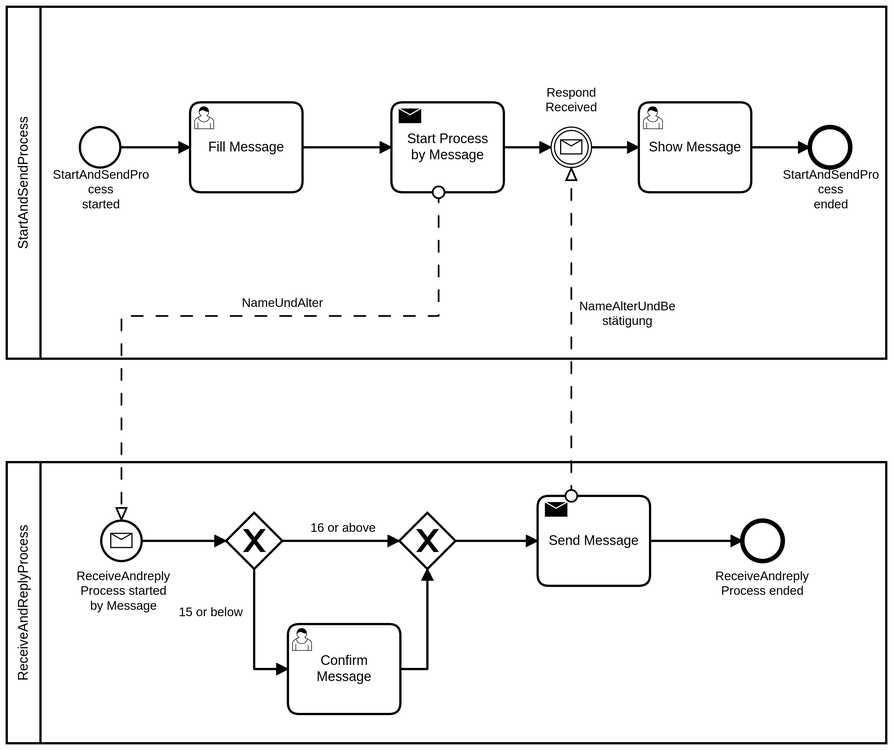
The BPMN diagram src/main/resources/imstartercollaboration.png in riggedCoinflip/IM_VG-B, before a commit. Its source is kept beside it as src/main/resources/imstartercollaboration.bpmn. Ids are renumbered.
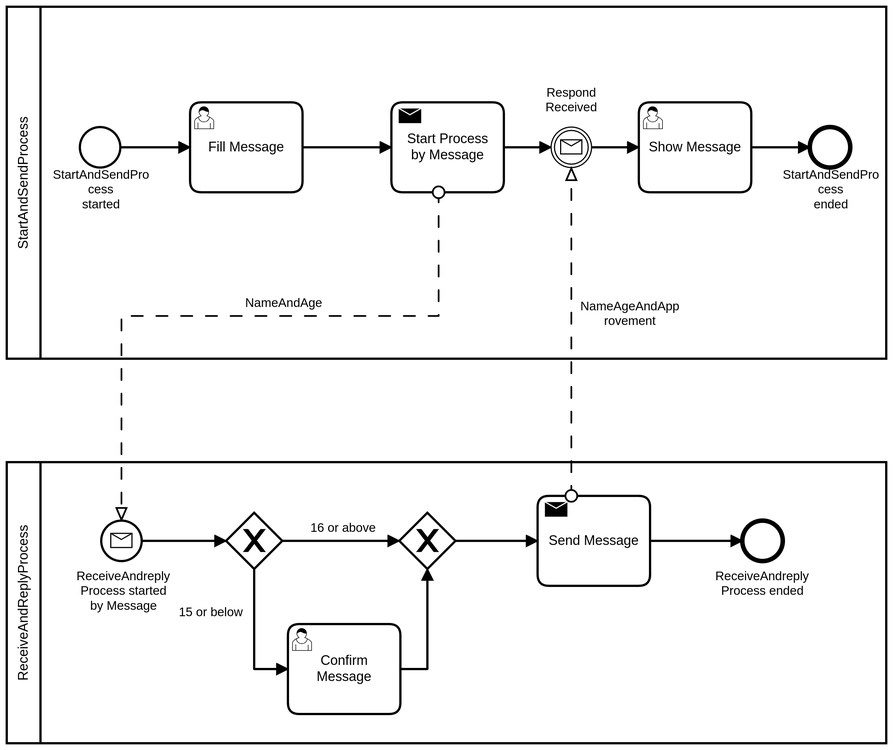
The same diagram one commit later.

Commit message:
improved the diagram

Diff of the diagram source:
```diff
@@ -2,8 +2,8 @@
   <bpmn:collaboration id="Collaboration_n1">
     <bpmn:participant id="Participant_n2" name="StartAndSendProcess" processRef="startandsend" />
     <bpmn:participant id="Participant_n3" name="ReceiveAndReplyProcess" processRef="receiveandreply" />
-    <bpmn:messageFlow id="Flow_n4" name="NameUndAlter" sourceRef="Activity_n5" targetRef="Event_n6" />
-    <bpmn:messageFlow id="Flow_n7" name="NameAlterUndBestätigung" sourceRef="Activity_n8" targetRef="Event_n9" />
+    <bpmn:messageFlow id="Flow_n4" name="NameAndAge" sourceRef="Activity_n5" targetRef="Event_n6" />
+    <bpmn:messageFlow id="Flow_n7" name="NameAgeAndApprovement" sourceRef="Activity_n8" targetRef="Event_n9" />
   </bpmn:collaboration>
   <bpmn:process id="startandsend" name="startandsend" isExecutable="true">
     <bpmn:startEvent id="Event_n10" name="StartAndSendProcess&#10;started">
@@ -233,14 +233,14 @@
         <di:waypoint x="262" y="355" />
         <di:waypoint x="262" y="537" />
         <bpmndi:BPMNLabel>
-          <dc:Bounds x="369" y="337" width="73" height="14" />
+          <dc:Bounds x="372" y="337" width="69" height="14" />
         </bpmndi:BPMNLabel>
       </bpmndi:BPMNEdge>
       <bpmndi:BPMNEdge id="Flow_n7_di" bpmnElement="Flow_n7">
         <di:waypoint x="662" y="515" />
         <di:waypoint x="662" y="223" />
         <bpmndi:BPMNLabel>
-          <dc:Bounds x="669" y="340" width="86" height="27" />
+          <dc:Bounds x="670" y="340" width="89" height="27" />
         </bpmndi:BPMNLabel>
       </bpmndi:BPMNEdge>
     </bpmndi:BPMNPlane>
```
